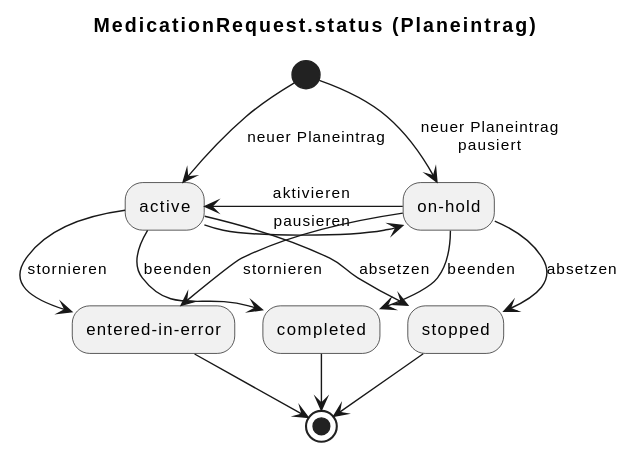
Above: input/images/plantuml/workflow_mr_status_planeintrag.svg in HL7Austria/ELGA-e-Medikation-R4 (PlantUML), before the change. The source it was exported from:
```plantuml
@startuml
title MedicationRequest.status (Planeintrag)

(*) -d-> [neuer Planeintrag] active
(*) -d-> [neuer Planeintrag\npausiert] "on-hold"
"on-hold" -l-> [           aktivieren        ] active
"on-hold" -d-> [stornieren] "entered-in-error"
"on-hold" -d-> [absetzen] stopped
"on-hold" -d-> [beenden] completed
active -d-> [absetzen] stopped
active -d-> [beenden] completed
active -r-> [          pausieren       ] "on-hold"
active -d-> [stornieren] "entered-in-error"
stopped -d-> (*)
"entered-in-error" -d-> (*)
completed -d-> (*)
@enduml
```
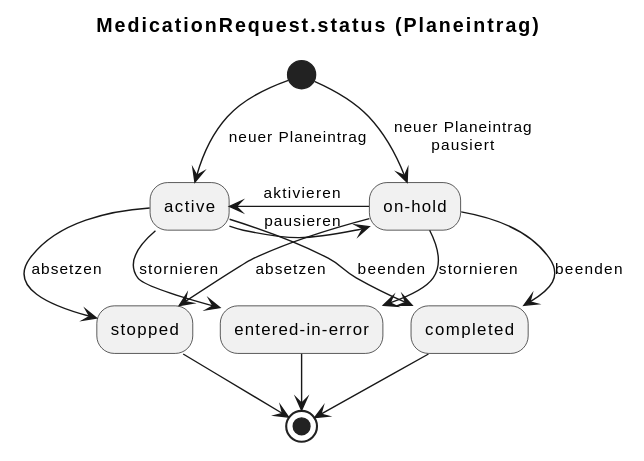
After the commit.

Diff of the diagram source:
```diff
@@ -3,13 +3,13 @@
 
 (*) -d-> [neuer Planeintrag] active
 (*) -d-> [neuer Planeintrag\npausiert] "on-hold"
-"on-hold" -l-> [           aktivieren        ] active
-"on-hold" -d-> [stornieren] "entered-in-error"
+"on-hold" -l-> [    aktivieren   ] active
 "on-hold" -d-> [absetzen] stopped
 "on-hold" -d-> [beenden] completed
+"on-hold" -d-> [stornieren] "entered-in-error"
 active -d-> [absetzen] stopped
 active -d-> [beenden] completed
-active -r-> [          pausieren       ] "on-hold"
+active -r-> [    pausieren   ] "on-hold"
 active -d-> [stornieren] "entered-in-error"
 stopped -d-> (*)
 "entered-in-error" -d-> (*)
```
